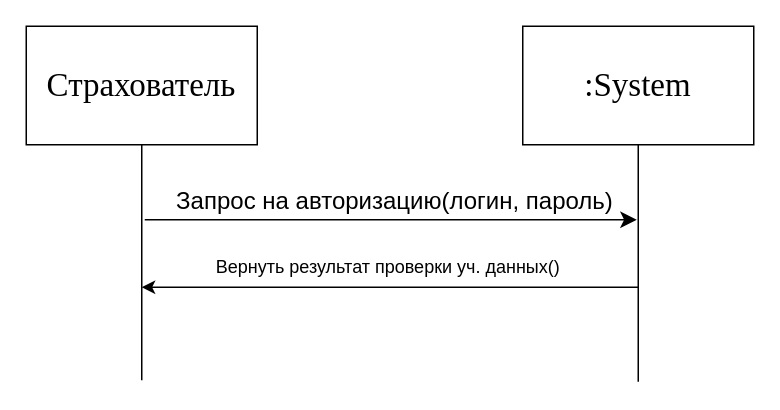
The draw.io diagram page "Авторизация в ВЛК" (2 of 10) of src/main/resources/documentation/Диаграммы последовательностей системы ВИ.drawio in VladBaton/vlk, before the edit. Source tidied: cells renumbered, new cells numbered last; positions are measured from the earlier drawing's top-left corner, leaving out a move shared by most shapes. Both pictures are drawn from the tidied source at 150%, with x=0, y=0 at pixel (26, 26).
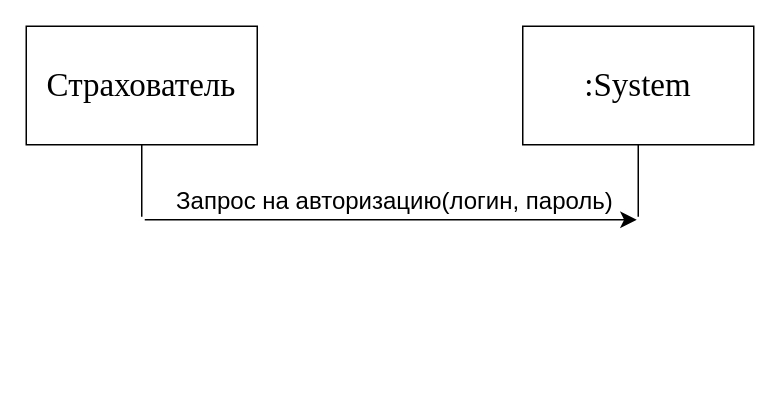
Above is the later version.

What changed in the source:
```diff
@@
 <mxGraphModel>
   <root>
     <mxCell id="0" />
     <mxCell id="1" parent="0" />
     <mxCell id="2" value="Страхователь" style="rounded=0;whiteSpace=wrap;html=1;fontFamily=Times New Roman;fontSize=22;" parent="1" vertex="1">
       <mxGeometry width="154" height="79" as="geometry" />
     </mxCell>
     <mxCell id="3" value=":System" style="rounded=0;whiteSpace=wrap;html=1;fontFamily=Times New Roman;fontSize=22;" parent="1" vertex="1">
       <mxGeometry x="331" width="154" height="79" as="geometry" />
     </mxCell>
     <mxCell id="4" style="endArrow=none;html=1;rounded=0;fontSize=12;startSize=8;endSize=8;curved=1;entryX=0.5;entryY=1;entryDx=0;entryDy=0;" parent="1" edge="1" target="2">
       <mxGeometry relative="1" as="geometry">
-        <mxPoint x="77" y="236" as="sourcePoint" />
+        <mxPoint x="77" y="127" as="sourcePoint" />
       </mxGeometry>
     </mxCell>
     <mxCell id="5" style="endArrow=none;html=1;rounded=0;fontSize=12;startSize=8;endSize=8;curved=1;entryX=0.5;entryY=1;entryDx=0;entryDy=0;" parent="1" edge="1" target="3">
       <mxGeometry relative="1" as="geometry">
-        <mxPoint x="408" y="237" as="sourcePoint" />
+        <mxPoint x="408" y="127" as="sourcePoint" />
       </mxGeometry>
     </mxCell>
     <mxCell id="6" style="endArrow=classic;html=1;rounded=0;fontSize=12;startSize=8;endSize=8;curved=1;" parent="1" edge="1">
       <mxGeometry relative="1" as="geometry">
         <mxPoint x="79" y="129" as="sourcePoint" />
         <mxPoint x="407" y="129" as="targetPoint" />
       </mxGeometry>
     </mxCell>
     <mxCell id="7" value="Запрос на авторизацию(логин, пароль)" style="text;html=1;align=center;verticalAlign=middle;whiteSpace=wrap;rounded=0;fontSize=16;" parent="1" vertex="1">
       <mxGeometry x="96" y="101" width="300" height="30" as="geometry" />
     </mxCell>
-    <mxCell id="8" style="endArrow=classic;html=1;rounded=0;" parent="1" edge="1">
-      <mxGeometry relative="1" as="geometry">
-        <mxPoint x="408" y="174" as="sourcePoint" />
-        <mxPoint x="77" y="174" as="targetPoint" />
-      </mxGeometry>
-    </mxCell>
-    <mxCell id="9" value="Вернуть результат проверки уч. данных()" style="text;html=1;align=center;verticalAlign=middle;strokeColor=none;fillColor=none;" parent="1" vertex="1">
-      <mxGeometry x="116" y="146" width="250" height="30" as="geometry" />
-    </mxCell>
   </root>
 </mxGraphModel>
```
